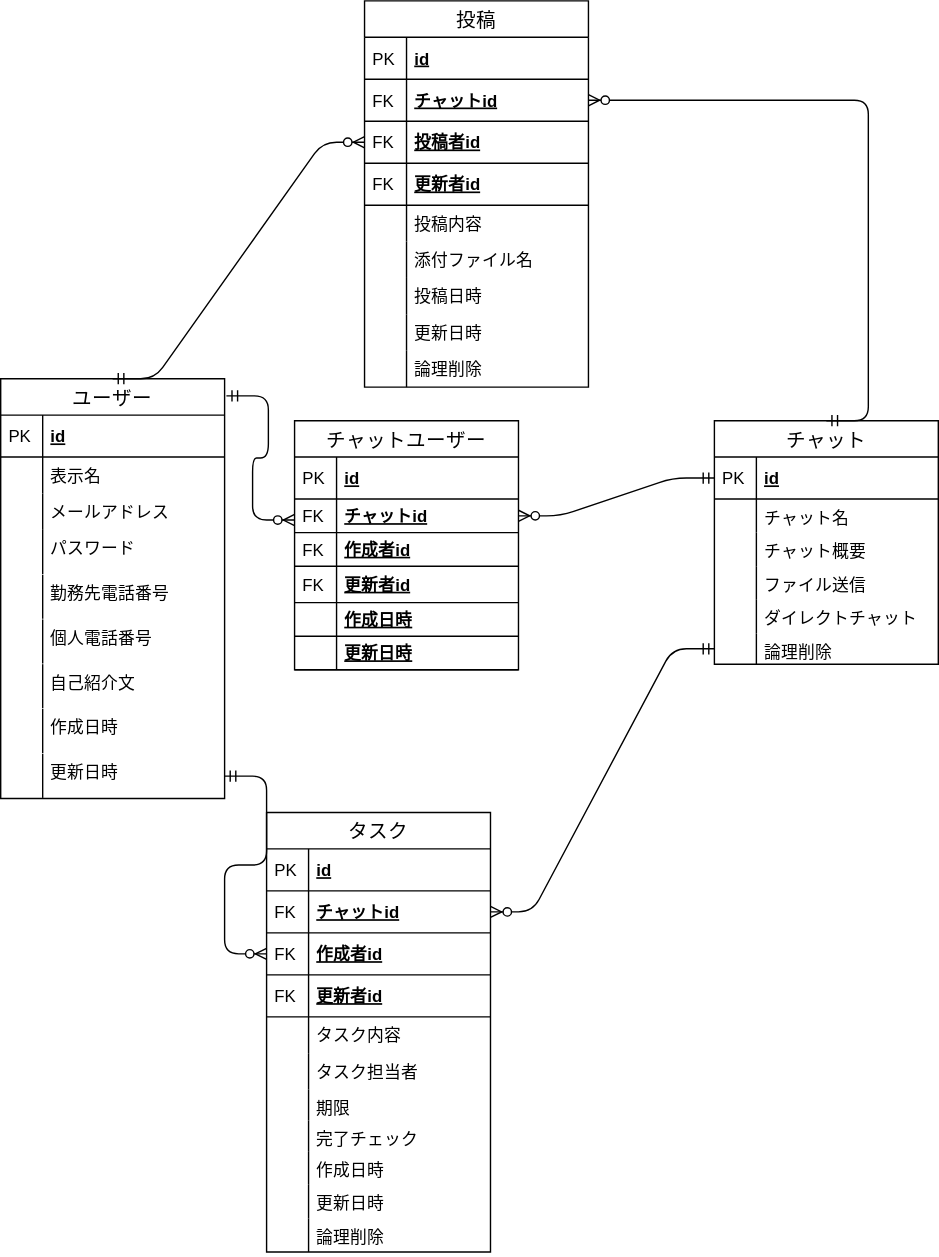
This is db/db-challenge1/ERDiagram.drawio.svg from kyonamu/codegym-db, a draw.io export, as it was before one commit. Source tidied: cells renumbered, new cells last; positions are measured from the earlier drawing's top-left corner, leaving out a move shared by most shapes.
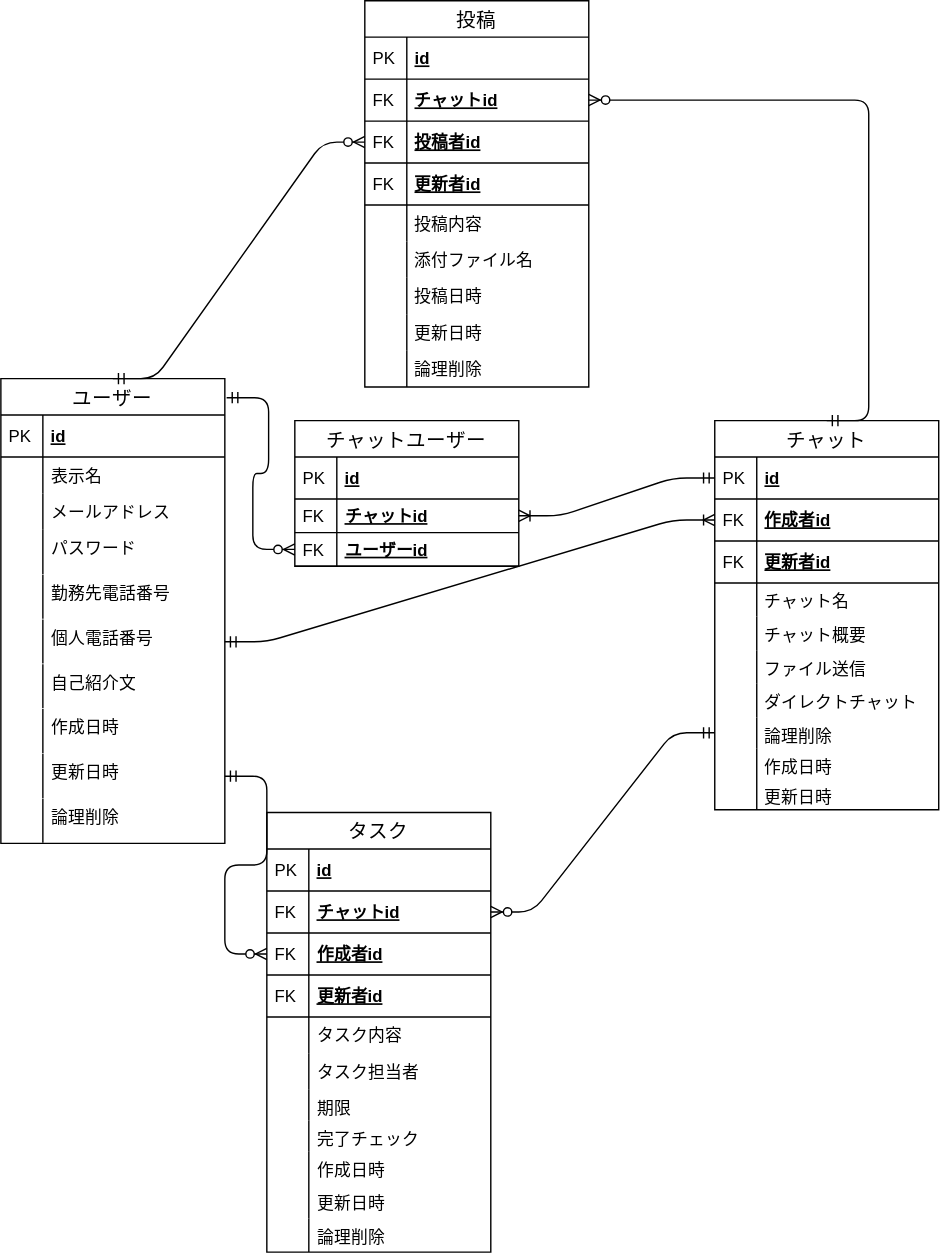
After the change.

Commit message:
DB課題1の提出

Change to the diagram source:
```diff
@@ -8,7 +8,7 @@
       </mxGeometry>
     </mxCell>
     <mxCell id="3" value="ユーザー" style="swimlane;fontStyle=0;horizontal=1;startSize=26;align=center;fontSize=14;" parent="1" vertex="1">
-      <mxGeometry y="270" width="160" height="300" as="geometry" />
+      <mxGeometry y="270" width="160" height="332" as="geometry" />
     </mxCell>
     <mxCell id="4" value="id" style="shape=partialRectangle;top=0;left=0;right=0;bottom=1;align=left;verticalAlign=middle;fillColor=none;spacingLeft=34;spacingRight=4;overflow=hidden;fontStyle=5;fontSize=12;" parent="3" vertex="1">
       <mxGeometry y="26" width="160" height="30" as="geometry" />
@@ -64,6 +64,12 @@
     <mxCell id="21" style="shape=partialRectangle;top=0;left=0;bottom=0;fillColor=none;align=left;verticalAlign=top;spacingLeft=4;spacingRight=4;overflow=hidden;fontSize=12;" parent="20" vertex="1">
       <mxGeometry width="30" height="31.5" as="geometry" />
     </mxCell>
+    <mxCell id="96" value="論理削除" style="shape=partialRectangle;top=0;left=0;right=0;bottom=0;align=left;verticalAlign=top;fillColor=none;spacingLeft=34;spacingRight=4;overflow=hidden;fontSize=12;" parent="3" vertex="1">
+      <mxGeometry y="300" width="160" height="32" as="geometry" />
+    </mxCell>
+    <mxCell id="97" style="shape=partialRectangle;top=0;left=0;bottom=0;fillColor=none;align=left;verticalAlign=top;spacingLeft=4;spacingRight=4;overflow=hidden;fontSize=12;" parent="96" vertex="1">
+      <mxGeometry width="30" height="31.5" as="geometry" />
+    </mxCell>
     <mxCell id="22" value="タスク" style="swimlane;fontStyle=0;horizontal=1;startSize=26;align=center;fontSize=14;" parent="1" vertex="1">
       <mxGeometry x="190" y="580" width="160" height="314" as="geometry" />
     </mxCell>
@@ -134,7 +140,7 @@
       <mxGeometry width="30" height="24" as="geometry" />
     </mxCell>
     <mxCell id="45" value="チャットユーザー" style="swimlane;fontStyle=0;horizontal=1;startSize=26;align=center;fontSize=14;" parent="1" vertex="1">
-      <mxGeometry x="210" y="300" width="160" height="178" as="geometry" />
+      <mxGeometry x="210" y="300" width="160" height="104" as="geometry" />
     </mxCell>
     <mxCell id="46" value="id" style="shape=partialRectangle;top=0;left=0;right=0;bottom=1;align=left;verticalAlign=middle;fillColor=none;spacingLeft=34;spacingRight=4;overflow=hidden;fontStyle=5;fontSize=12;" parent="45" vertex="1">
       <mxGeometry y="26" width="160" height="30" as="geometry" />
@@ -148,30 +154,12 @@
     <mxCell id="49" value="FK" style="shape=partialRectangle;top=0;left=0;bottom=0;fillColor=none;align=left;verticalAlign=middle;spacingLeft=4;spacingRight=4;overflow=hidden;fontSize=12;" parent="48" vertex="1">
       <mxGeometry width="30" height="24" as="geometry" />
     </mxCell>
-    <mxCell id="50" value="作成者id" style="shape=partialRectangle;top=0;left=0;right=0;bottom=1;align=left;verticalAlign=middle;fillColor=none;spacingLeft=34;spacingRight=4;overflow=hidden;points=[[0,0.5],[1,0.5]];portConstraint=eastwest;fontStyle=5;fontSize=12;" parent="45" vertex="1">
+    <mxCell id="50" value="ユーザーid" style="shape=partialRectangle;top=0;left=0;right=0;bottom=1;align=left;verticalAlign=middle;fillColor=none;spacingLeft=34;spacingRight=4;overflow=hidden;points=[[0,0.5],[1,0.5]];portConstraint=eastwest;fontStyle=5;fontSize=12;" parent="45" vertex="1">
       <mxGeometry y="80" width="160" height="24" as="geometry" />
     </mxCell>
     <mxCell id="51" value="FK" style="shape=partialRectangle;top=0;left=0;bottom=0;fillColor=none;align=left;verticalAlign=middle;spacingLeft=4;spacingRight=4;overflow=hidden;fontSize=12;" parent="50" vertex="1">
       <mxGeometry width="30" height="24" as="geometry" />
     </mxCell>
-    <mxCell id="52" value="更新者id" style="shape=partialRectangle;top=0;left=0;right=0;bottom=1;align=left;verticalAlign=middle;fillColor=none;spacingLeft=34;spacingRight=4;overflow=hidden;fontStyle=5;fontSize=12;" parent="45" vertex="1">
-      <mxGeometry y="104" width="160" height="26" as="geometry" />
-    </mxCell>
-    <mxCell id="53" value="FK" style="shape=partialRectangle;top=0;left=0;bottom=0;fillColor=none;align=left;verticalAlign=middle;spacingLeft=4;spacingRight=4;overflow=hidden;fontSize=12;" parent="52" vertex="1">
-      <mxGeometry width="30" height="26" as="geometry" />
-    </mxCell>
-    <mxCell id="54" value="作成日時" style="shape=partialRectangle;top=0;left=0;right=0;bottom=1;align=left;verticalAlign=middle;fillColor=none;spacingLeft=34;spacingRight=4;overflow=hidden;fontStyle=5;fontSize=12;" parent="45" vertex="1">
-      <mxGeometry y="130" width="160" height="24" as="geometry" />
-    </mxCell>
-    <mxCell id="55" style="shape=partialRectangle;top=0;left=0;bottom=0;fillColor=none;align=left;verticalAlign=middle;spacingLeft=4;spacingRight=4;overflow=hidden;fontSize=12;" parent="54" vertex="1">
-      <mxGeometry width="30" height="24" as="geometry" />
-    </mxCell>
-    <mxCell id="56" value="更新日時" style="shape=partialRectangle;top=0;left=0;right=0;bottom=1;align=left;verticalAlign=middle;fillColor=none;spacingLeft=34;spacingRight=4;overflow=hidden;fontStyle=5;fontSize=12;" parent="45" vertex="1">
-      <mxGeometry y="154" width="160" height="24" as="geometry" />
-    </mxCell>
-    <mxCell id="57" style="shape=partialRectangle;top=0;left=0;bottom=0;fillColor=none;align=left;verticalAlign=middle;spacingLeft=4;spacingRight=4;overflow=hidden;fontSize=12;" parent="56" vertex="1">
-      <mxGeometry width="30" height="24" as="geometry" />
-    </mxCell>
     <mxCell id="58" style="edgeStyle=entityRelationEdgeStyle;fontSize=12;html=1;endArrow=ERzeroToMany;startArrow=ERmandOne;entryX=0;entryY=0.5;entryDx=0;entryDy=0;" parent="1" edge="1" source="20">
       <mxGeometry relative="1" as="geometry">
         <mxPoint x="190" y="681" as="targetPoint" />
@@ -180,16 +168,11 @@
     <mxCell id="59" style="edgeStyle=entityRelationEdgeStyle;fontSize=12;html=1;endArrow=ERzeroToMany;startArrow=ERmandOne;" parent="1" edge="1" source="73" target="25">
       <mxGeometry relative="1" as="geometry" />
     </mxCell>
-    <mxCell id="60" style="edgeStyle=entityRelationEdgeStyle;fontSize=12;html=1;endArrow=ERzeroToMany;startArrow=ERmandOne;exitX=1.008;exitY=0.041;exitDx=0;exitDy=0;exitPerimeter=0;" parent="1" edge="1" source="3">
-      <mxGeometry relative="1" as="geometry">
-        <mxPoint x="210" y="371" as="targetPoint" />
-      </mxGeometry>
+    <mxCell id="60" style="edgeStyle=entityRelationEdgeStyle;fontSize=12;html=1;endArrow=ERzeroToMany;startArrow=ERmandOne;exitX=1.008;exitY=0.041;exitDx=0;exitDy=0;exitPerimeter=0;entryX=0;entryY=0.5;entryDx=0;entryDy=0;" parent="1" edge="1" source="3" target="50">
+      <mxGeometry relative="1" as="geometry" />
     </mxCell>
-    <mxCell id="61" style="edgeStyle=entityRelationEdgeStyle;fontSize=12;html=1;endArrow=ERzeroToMany;startArrow=ERmandOne;" parent="1" edge="1" source="63" target="48">
-      <mxGeometry relative="1" as="geometry" />
-    </mxCell>
     <mxCell id="62" value="チャット" style="swimlane;fontStyle=0;horizontal=1;startSize=26;align=center;fontSize=14;" parent="1" vertex="1">
-      <mxGeometry x="510" y="300" width="160" height="174" as="geometry" />
+      <mxGeometry x="510" y="300" width="160" height="278" as="geometry" />
     </mxCell>
     <mxCell id="63" value="id" style="shape=partialRectangle;top=0;left=0;right=0;bottom=1;align=left;verticalAlign=middle;fillColor=none;spacingLeft=34;spacingRight=4;overflow=hidden;points=[[0,0.5],[1,0.5]];portConstraint=eastwest;fontStyle=5;fontSize=12;" parent="62" vertex="1">
       <mxGeometry y="26" width="160" height="30" as="geometry" />
@@ -197,36 +180,60 @@
     <mxCell id="64" value="PK" style="shape=partialRectangle;top=0;left=0;bottom=0;fillColor=none;align=left;verticalAlign=middle;spacingLeft=4;spacingRight=4;overflow=hidden;fontSize=12;" parent="63" vertex="1">
       <mxGeometry width="30" height="30" as="geometry" />
     </mxCell>
+    <mxCell id="98" value="作成者id" style="shape=partialRectangle;top=0;left=0;right=0;bottom=1;align=left;verticalAlign=middle;fillColor=none;spacingLeft=34;spacingRight=4;overflow=hidden;points=[[0,0.5],[1,0.5]];portConstraint=eastwest;fontStyle=5;fontSize=12;" parent="62" vertex="1">
+      <mxGeometry y="56" width="160" height="30" as="geometry" />
+    </mxCell>
+    <mxCell id="99" value="FK" style="shape=partialRectangle;top=0;left=0;bottom=0;fillColor=none;align=left;verticalAlign=middle;spacingLeft=4;spacingRight=4;overflow=hidden;fontSize=12;" parent="98" vertex="1">
+      <mxGeometry width="30" height="30" as="geometry" />
+    </mxCell>
+    <mxCell id="52" value="更新者id" style="shape=partialRectangle;top=0;left=0;right=0;bottom=1;align=left;verticalAlign=middle;fillColor=none;spacingLeft=34;spacingRight=4;overflow=hidden;fontStyle=5;fontSize=12;" parent="62" vertex="1">
+      <mxGeometry y="86" width="160" height="30" as="geometry" />
+    </mxCell>
+    <mxCell id="100" value="FK" style="shape=partialRectangle;top=0;left=0;bottom=0;fillColor=none;align=left;verticalAlign=middle;spacingLeft=4;spacingRight=4;overflow=hidden;fontSize=12;" parent="52" vertex="1">
+      <mxGeometry width="30" height="30" as="geometry" />
+    </mxCell>
     <mxCell id="65" value="チャット名" style="shape=partialRectangle;top=0;left=0;right=0;bottom=0;align=left;verticalAlign=top;fillColor=none;spacingLeft=34;spacingRight=4;overflow=hidden;fontSize=12;" parent="62" vertex="1">
-      <mxGeometry y="56" width="160" height="24" as="geometry" />
+      <mxGeometry y="116" width="160" height="24" as="geometry" />
     </mxCell>
     <mxCell id="66" style="shape=partialRectangle;top=0;left=0;bottom=0;fillColor=none;align=left;verticalAlign=top;spacingLeft=4;spacingRight=4;overflow=hidden;fontSize=12;" parent="65" vertex="1">
       <mxGeometry width="30" height="24" as="geometry" />
     </mxCell>
     <mxCell id="67" value="チャット概要" style="shape=partialRectangle;top=0;left=0;right=0;bottom=0;align=left;verticalAlign=top;fillColor=none;spacingLeft=34;spacingRight=4;overflow=hidden;fontSize=12;" parent="62" vertex="1">
-      <mxGeometry y="80" width="160" height="24" as="geometry" />
+      <mxGeometry y="140" width="160" height="24" as="geometry" />
     </mxCell>
     <mxCell id="68" style="shape=partialRectangle;top=0;left=0;bottom=0;fillColor=none;align=left;verticalAlign=top;spacingLeft=4;spacingRight=4;overflow=hidden;fontSize=12;" parent="67" vertex="1">
       <mxGeometry width="30" height="24" as="geometry" />
     </mxCell>
     <mxCell id="69" value="ファイル送信" style="shape=partialRectangle;top=0;left=0;right=0;bottom=0;align=left;verticalAlign=top;fillColor=none;spacingLeft=34;spacingRight=4;overflow=hidden;fontSize=12;" parent="62" vertex="1">
-      <mxGeometry y="104" width="160" height="24" as="geometry" />
+      <mxGeometry y="164" width="160" height="24" as="geometry" />
     </mxCell>
     <mxCell id="70" style="shape=partialRectangle;top=0;left=0;bottom=0;fillColor=none;align=left;verticalAlign=top;spacingLeft=4;spacingRight=4;overflow=hidden;fontSize=12;" parent="69" vertex="1">
       <mxGeometry width="30" height="24" as="geometry" />
     </mxCell>
     <mxCell id="71" value="ダイレクトチャット" style="shape=partialRectangle;top=0;left=0;right=0;bottom=0;align=left;verticalAlign=top;fillColor=none;spacingLeft=34;spacingRight=4;overflow=hidden;fontSize=12;" parent="62" vertex="1">
-      <mxGeometry y="128" width="160" height="24" as="geometry" />
+      <mxGeometry y="188" width="160" height="24" as="geometry" />
     </mxCell>
     <mxCell id="72" style="shape=partialRectangle;top=0;left=0;bottom=0;fillColor=none;align=left;verticalAlign=top;spacingLeft=4;spacingRight=4;overflow=hidden;fontSize=12;" parent="71" vertex="1">
       <mxGeometry width="30" height="24" as="geometry" />
     </mxCell>
     <mxCell id="73" value="論理削除" style="shape=partialRectangle;top=0;left=0;right=0;bottom=0;align=left;verticalAlign=top;fillColor=none;spacingLeft=34;spacingRight=4;overflow=hidden;points=[[0,0.5],[1,0.5]];portConstraint=eastwest;fontSize=12;" parent="62" vertex="1">
-      <mxGeometry y="152" width="160" height="22" as="geometry" />
+      <mxGeometry y="212" width="160" height="22" as="geometry" />
     </mxCell>
     <mxCell id="74" style="shape=partialRectangle;top=0;left=0;bottom=0;fillColor=none;align=left;verticalAlign=top;spacingLeft=4;spacingRight=4;overflow=hidden;fontSize=12;" parent="73" vertex="1">
       <mxGeometry width="30" height="22" as="geometry" />
     </mxCell>
+    <mxCell id="54" value="作成日時" style="shape=partialRectangle;top=0;left=0;right=0;bottom=0;align=left;verticalAlign=top;fillColor=none;spacingLeft=34;spacingRight=4;overflow=hidden;fontSize=12;" parent="62" vertex="1">
+      <mxGeometry y="234" width="160" height="22" as="geometry" />
+    </mxCell>
+    <mxCell id="101" style="shape=partialRectangle;top=0;left=0;bottom=0;fillColor=none;align=left;verticalAlign=top;spacingLeft=4;spacingRight=4;overflow=hidden;fontSize=12;" parent="54" vertex="1">
+      <mxGeometry width="30" height="22" as="geometry" />
+    </mxCell>
+    <mxCell id="56" value="更新日時" style="shape=partialRectangle;top=0;left=0;right=0;bottom=0;align=left;verticalAlign=top;fillColor=none;spacingLeft=34;spacingRight=4;overflow=hidden;fontSize=12;" parent="62" vertex="1">
+      <mxGeometry y="256" width="160" height="22" as="geometry" />
+    </mxCell>
+    <mxCell id="102" style="shape=partialRectangle;top=0;left=0;bottom=0;fillColor=none;align=left;verticalAlign=top;spacingLeft=4;spacingRight=4;overflow=hidden;fontSize=12;" parent="56" vertex="1">
+      <mxGeometry width="30" height="22" as="geometry" />
+    </mxCell>
     <mxCell id="75" value="投稿" style="swimlane;fontStyle=0;horizontal=1;startSize=26;align=center;fontSize=14;" parent="1" vertex="1">
       <mxGeometry x="260" width="160" height="276" as="geometry" />
     </mxCell>
@@ -290,5 +297,11 @@
     <mxCell id="95" style="edgeStyle=entityRelationEdgeStyle;fontSize=12;html=1;endArrow=ERzeroToMany;startArrow=ERmandOne;exitX=0.5;exitY=0;exitDx=0;exitDy=0;" parent="1" edge="1" source="62" target="78">
       <mxGeometry relative="1" as="geometry" />
     </mxCell>
+    <mxCell id="61" style="edgeStyle=entityRelationEdgeStyle;fontSize=12;html=1;endArrow=ERoneToMany;startArrow=ERmandOne;" parent="1" edge="1" source="63" target="48">
+      <mxGeometry relative="1" as="geometry" />
+    </mxCell>
+    <mxCell id="103" style="edgeStyle=entityRelationEdgeStyle;fontSize=12;html=1;endArrow=ERoneToMany;startArrow=ERmandOne;entryX=0;entryY=0.5;entryDx=0;entryDy=0;" parent="1" edge="1" source="14" target="98">
+      <mxGeometry relative="1" as="geometry" />
+    </mxCell>
   </root>
 </mxGraphModel>
```
